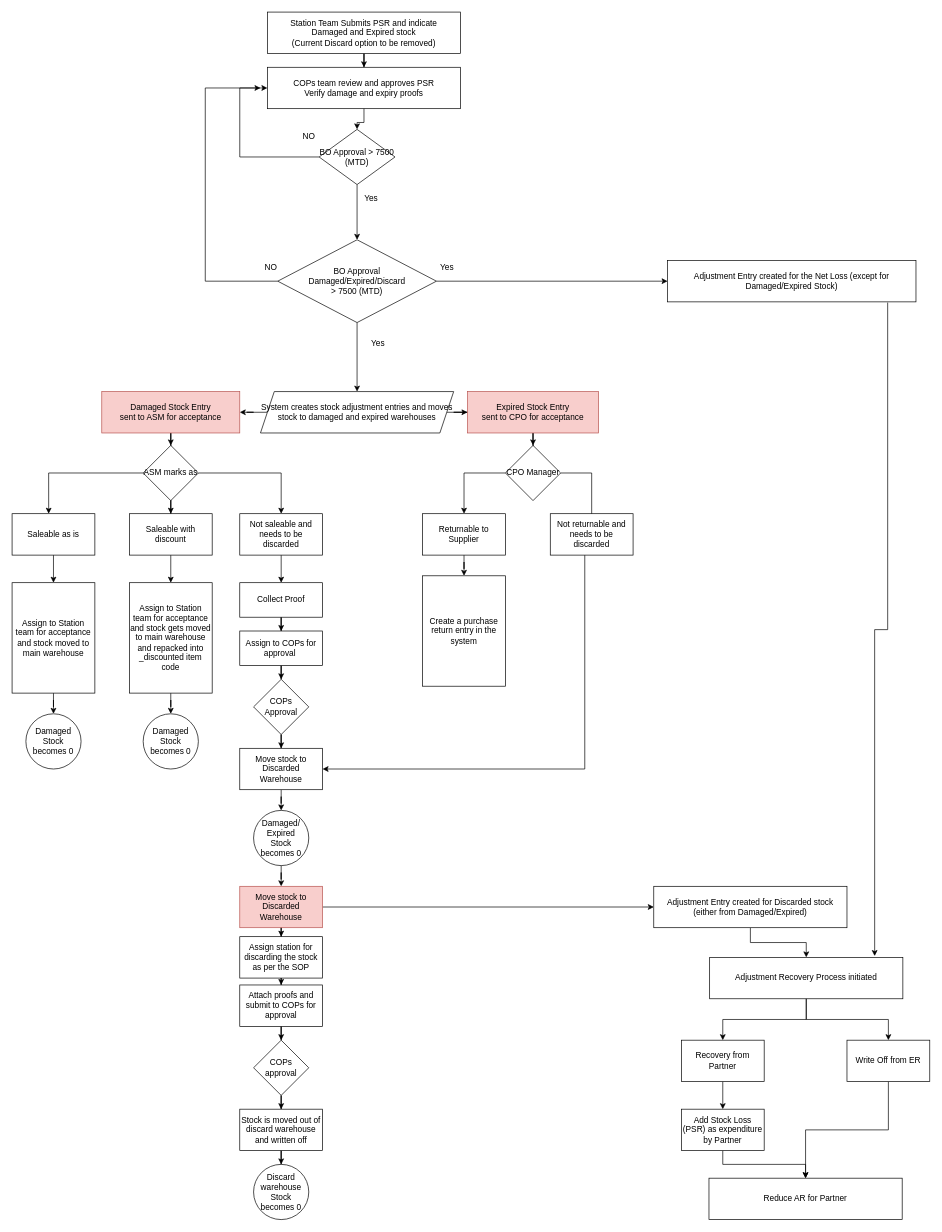
sachinhub/draw.io keeps this draw.io diagram as Untitled Diagram.drawio. Above is the earlier version. Source tidied: cells renumbered, new cells numbered last; positions are measured from the earlier drawing's top-left corner, leaving out a move shared by most shapes. Both pictures are drawn from the tidied source at 69%, with x=0, y=0 at pixel (12, 12).
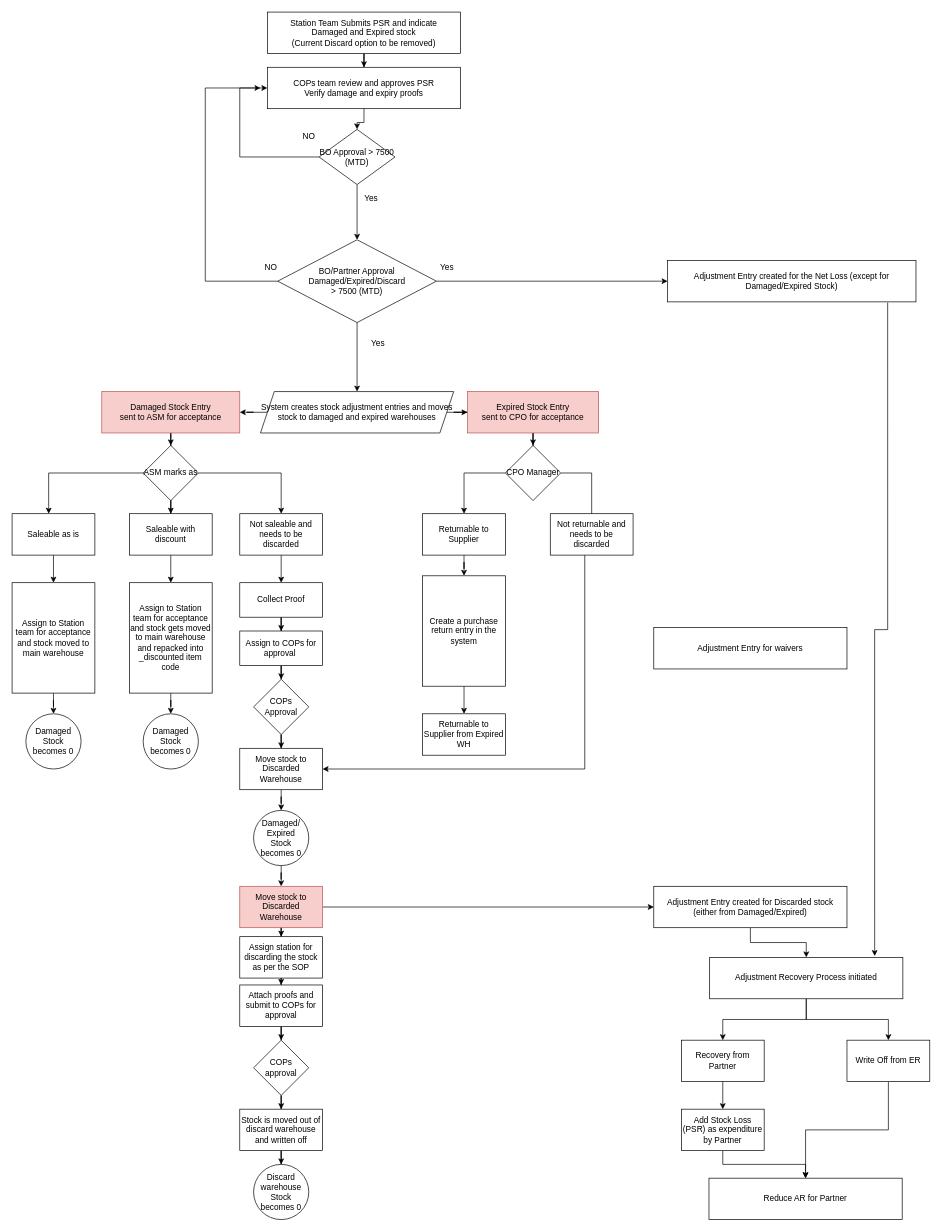
After the change.

The change refers to these unchanged cells:
```xml
<mxCell id="43" value="Create a purchase return entry in the system" style="whiteSpace=wrap;html=1;" parent="1" vertex="1">
  <mxGeometry x="595" y="817" width="120" height="160" as="geometry" />
</mxCell>
```

The edit, as a diff of the source:
```diff
@@
+    <mxCell id="85" style="edgeStyle=orthogonalEdgeStyle;rounded=0;jettySize=auto;html=1;" parent="1" edge="1" source="43" target="86">
+      <mxGeometry relative="1" as="geometry" />
+    </mxCell>
@@
-    <mxCell id="80" value="BO Approval &lt;br&gt;Damaged/Expired/Discard&lt;br&gt;&amp;gt; 7500 (MTD)" style="rhombus;whiteSpace=wrap;html=1;" parent="1" vertex="1">
+    <mxCell id="80" value="BO/Partner Approval &lt;br&gt;Damaged/Expired/Discard&lt;br&gt;&amp;gt; 7500 (MTD)" style="rhombus;whiteSpace=wrap;html=1;" parent="1" vertex="1">
       <mxGeometry x="385" y="330" width="230" height="120" as="geometry" />
     </mxCell>
@@
+    <mxCell id="86" value="Returnable to Supplier from Expired WH" style="rounded=0;whiteSpace=wrap;html=1;" parent="1" vertex="1">
+      <mxGeometry x="595" y="1017" width="120" height="60" as="geometry" />
+    </mxCell>
+    <mxCell id="87" value="Adjustment Entry for waivers" style="whiteSpace=wrap;html=1;rounded=0;" parent="1" vertex="1">
+      <mxGeometry x="930" y="892" width="280" height="60" as="geometry" />
+    </mxCell>
```
